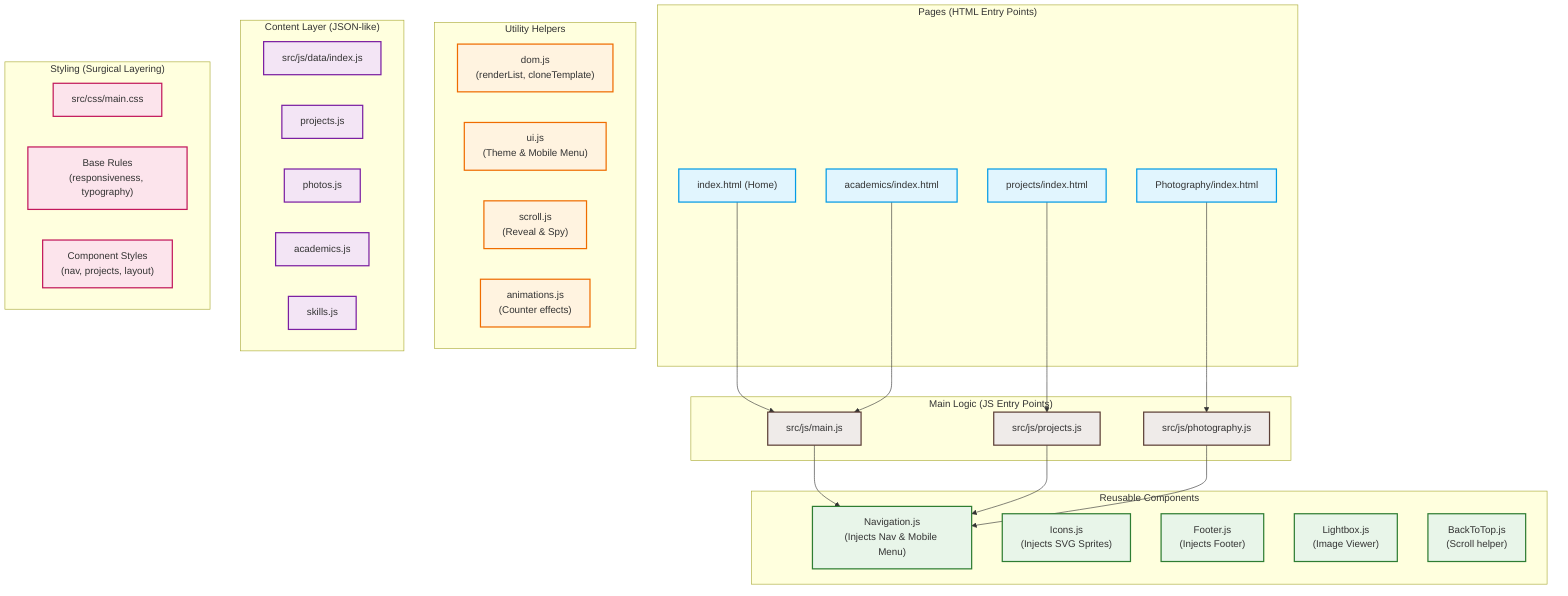
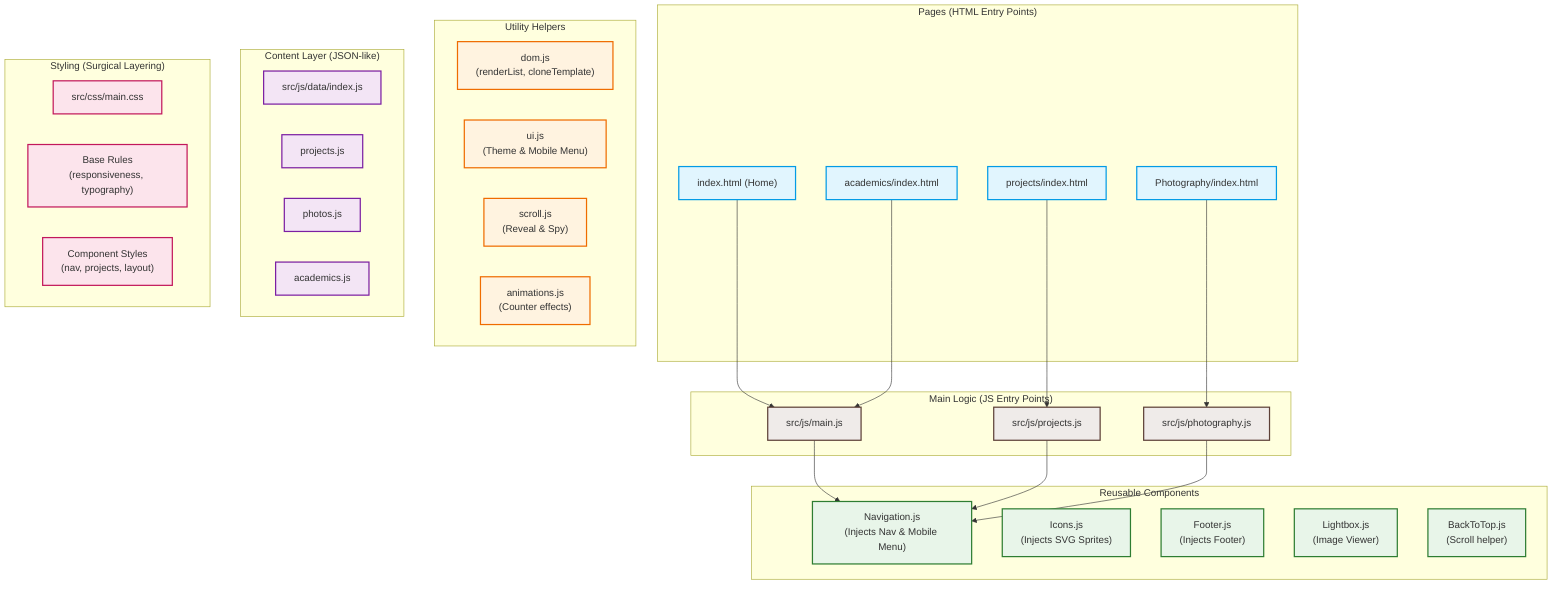
graph TD
    %% Define Styles
    classDef page fill:#e1f5fe,stroke:#039be5,stroke-width:2px;
    classDef script fill:#efebe9,stroke:#5d4037,stroke-width:2px;
    classDef component fill:#e8f5e9,stroke:#2e7d32,stroke-width:2px;
    classDef util fill:#fff3e0,stroke:#ef6c00,stroke-width:2px;
    classDef data fill:#f3e5f5,stroke:#7b1fa2,stroke-width:2px;
    classDef css fill:#fce4ec,stroke:#c2185b,stroke-width:2px;

    %% Subgraph: HTML Entry Points
    subgraph Pages ["Pages (HTML Entry Points)"]
        Index["index.html (Home)"]:::page
        ProjectsPage["projects/index.html"]:::page
        PhotoPage["Photography/index.html"]:::page
        AcademicPage["academics/index.html"]:::page
    end

    %% Subgraph: Main Script Entry Points
    subgraph Scripts ["Main Logic (JS Entry Points)"]
        MainJS["src/js/main.js"]:::script
        ProjectsJS["src/js/projects.js"]:::script
        PhotoJS["src/js/photography.js"]:::script
    end

    %% Subgraph: Reusable UI Elements
    subgraph Components ["Reusable Components"]
        NavComp["Navigation.js<br/>(Injects Nav & Mobile Menu)"]:::component
        IconsComp["Icons.js<br/>(Injects SVG Sprites)"]:::component
        FooterComp["Footer.js<br/>(Injects Footer)"]:::component
        LightboxComp["Lightbox.js<br/>(Image Viewer)"]:::component
        BackToTopComp["BackToTop.js<br/>(Scroll helper)"]:::component
    end

    %% Subgraph: Functional Helpers
    subgraph Utils ["Utility Helpers"]
        DOMUtils["dom.js<br/>(renderList, cloneTemplate)"]:::util
        UIUtils["ui.js<br/>(Theme & Mobile Menu)"]:::util
        ScrollUtils["scroll.js<br/>(Reveal & Spy)"]:::util
        AnimUtils["animations.js<br/>(Counter effects)"]:::util
    end

    %% Subgraph: Data Layer
    subgraph Data ["Content Layer (JSON-like)"]
        DataIndex["src/js/data/index.js"]:::data
        ProjData["projects.js"]:::data
        PhotoData["photos.js"]:::data
        AcadData["academics.js"]:::data
-         SkillData["skills.js"]:::data
    end

    %% Subgraph: Global Styling
    subgraph CSS ["Styling (Surgical Layering)"]
        MainCSS["src/css/main.css"]:::css
        BaseCSS["Base Rules<br/>(responsiveness, typography)"]:::css
        CompCSS["Component Styles<br/>(nav, projects, layout)"]:::css
    end

    %% --- Connections & Data Flows ---

    %% HTML Pages mapping to their JS Entry Points
    Index & AcademicPage --> MainJS
    ProjectsPage --> ProjectsJS
    PhotoPage --> PhotoJS

    %% Global Component Injections
    MainJS & ProjectsJS & PhotoJS --> NavComp
    MainJS
